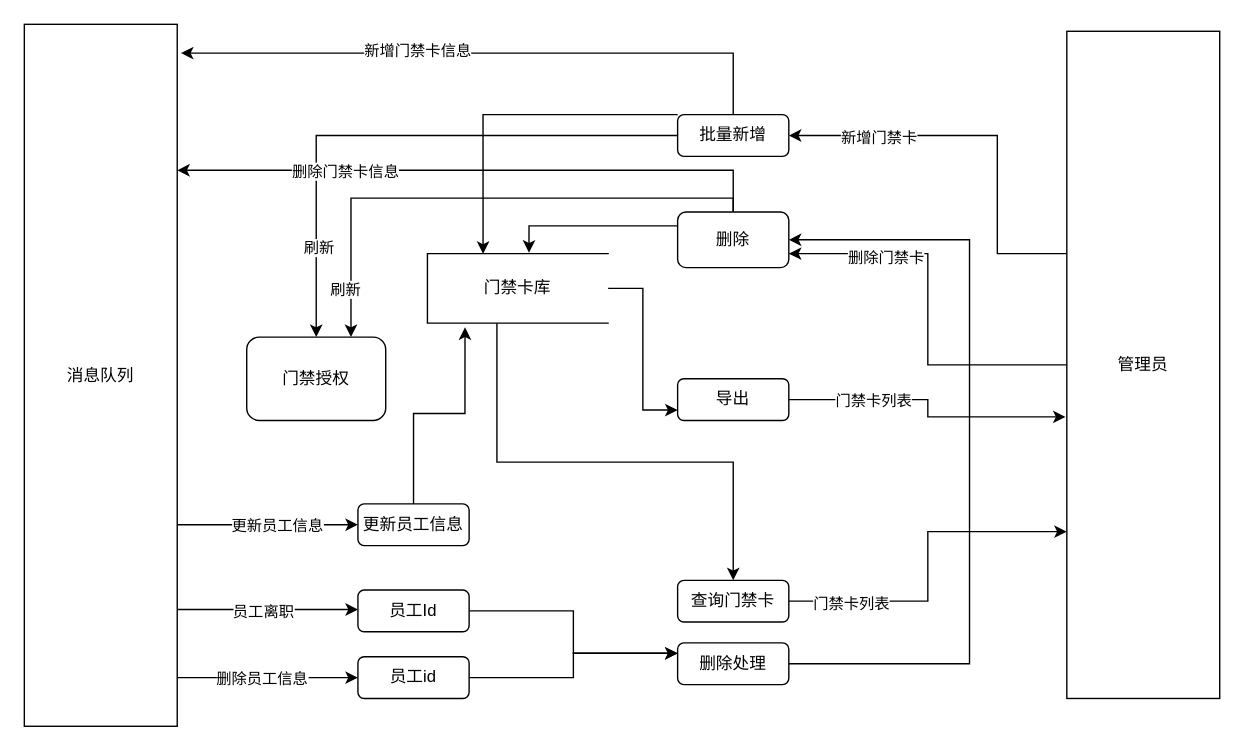
Alger-g/diagrams keeps this draw.io diagram as 门禁卡管理.drawio. Above is the earlier version. Source tidied: cells renumbered, new cells numbered last; positions are measured from the earlier drawing's top-left corner, leaving out a move shared by most shapes. Both pictures are drawn from the tidied source at 139%, with x=0, y=0 at pixel (24, 24).
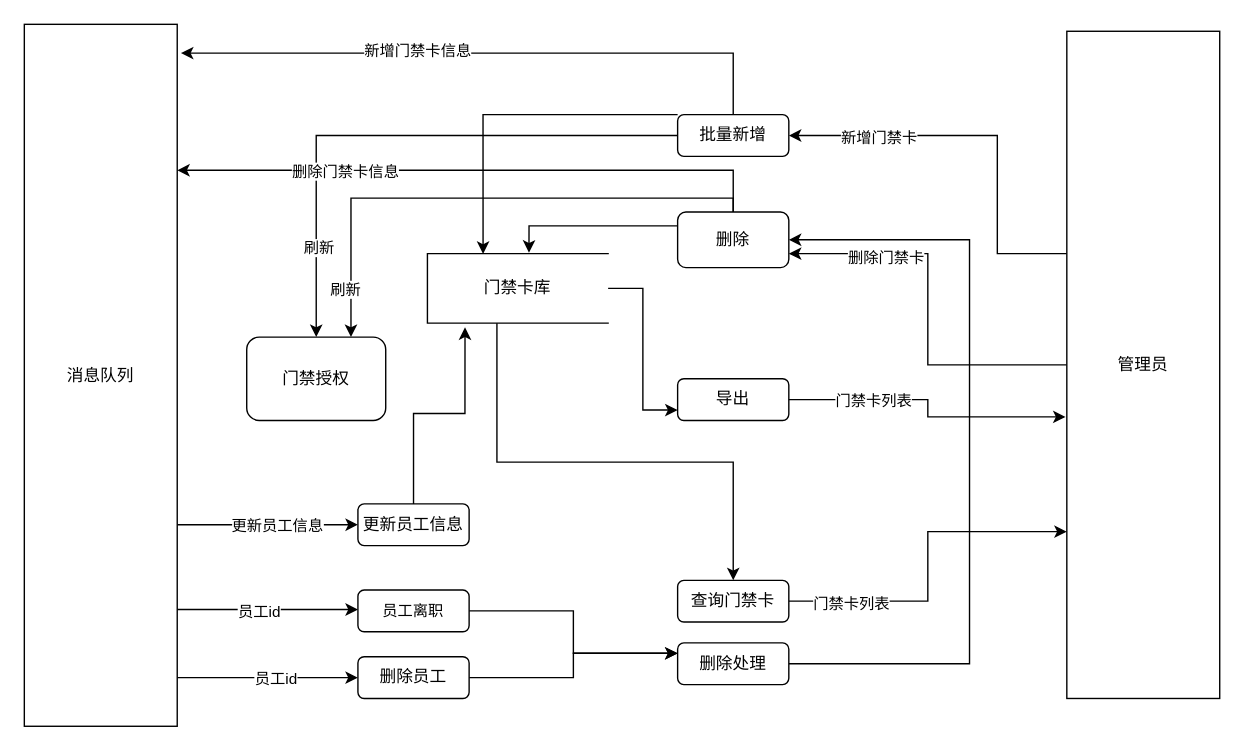
The same page after the edit.

Commit message:
更新门禁卡管理.drawio

The change refers to these unchanged cells:
```xml
<mxCell id="4" style="edgeStyle=orthogonalEdgeStyle;rounded=0;jettySize=auto;html=1;entryX=0;entryY=0.5;entryDx=0;entryDy=0;" parent="1" edge="1" source="8" target="36">
  <mxGeometry relative="1" as="geometry">
    <Array as="points">
      <mxPoint x="150" y="470" />
      <mxPoint x="150" y="470" />
    </Array>
  </mxGeometry>
</mxCell>
<mxCell id="6" style="edgeStyle=orthogonalEdgeStyle;rounded=0;orthogonalLoop=1;jettySize=auto;html=1;" parent="1" edge="1">
  <mxGeometry relative="1" as="geometry">
    <mxPoint x="110" y="421" as="sourcePoint" />
    <mxPoint x="240" y="421" as="targetPoint" />
    <Array as="points">
      <mxPoint x="130" y="421" />
      <mxPoint x="130" y="421" />
    </Array>
  </mxGeometry>
</mxCell>
```

What changed in the source:
```diff
@@
-    <mxCell id="5" value="删除员工信息" style="edgeLabel;html=1;align=center;verticalAlign=middle;" parent="4" vertex="1">
+    <mxCell id="5" value="员工id" style="edgeLabel;html=1;align=center;verticalAlign=middle;" parent="4" vertex="1">
       <mxGeometry x="-0.21" relative="1" as="geometry">
-        <mxPoint x="9" as="offset" />
+        <mxPoint x="19" as="offset" />
       </mxGeometry>
     </mxCell>
@@
-    <mxCell id="7" value="员工离职" style="edgeLabel;html=1;align=center;verticalAlign=middle;" parent="6" vertex="1">
-      <mxGeometry x="-0.45" relative="1" as="geometry">
-        <mxPoint x="25" y="1" as="offset" />
-      </mxGeometry>
-    </mxCell>
+    <mxCell id="44" value="员工id" style="edgeLabel;html=1;align=center;verticalAlign=middle;" parent="6" vertex="1">
+      <mxGeometry x="-0.11" y="-1" relative="1" as="geometry" />
+    </mxCell>
@@
-    <mxCell id="36" value="员工id" style="rounded=1;whiteSpace=wrap;html=1;" parent="1" vertex="1">
+    <mxCell id="36" value="删除员工" style="rounded=1;whiteSpace=wrap;html=1;" parent="1" vertex="1">
       <mxGeometry x="240" y="455" width="80" height="30" as="geometry" />
     </mxCell>
@@
-    <mxCell id="40" value="员工Id" style="rounded=1;whiteSpace=wrap;html=1;" parent="1" vertex="1">
+    <mxCell id="40" value="&lt;span style=&quot;font-size: 11px; text-wrap: nowrap; background-color: rgb(255, 255, 255);&quot;&gt;员工离职&lt;/span&gt;" style="rounded=1;whiteSpace=wrap;html=1;" parent="1" vertex="1">
       <mxGeometry x="240" y="407" width="80" height="30" as="geometry" />
     </mxCell>
```
